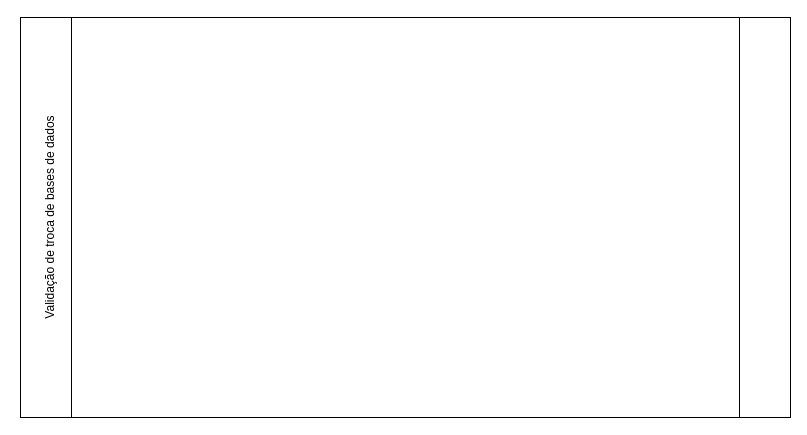
This is Untitled Diagram.drawio from GuiihDantas/Meus-Arquivos, a draw.io file, before an edit. Source tidied: cells renumbered, new cells numbered last; positions are measured from the earlier drawing's top-left corner, leaving out a move shared by most shapes. Both pictures are drawn from the tidied source at 100%, with x=0, y=0 at pixel (-90, 17).
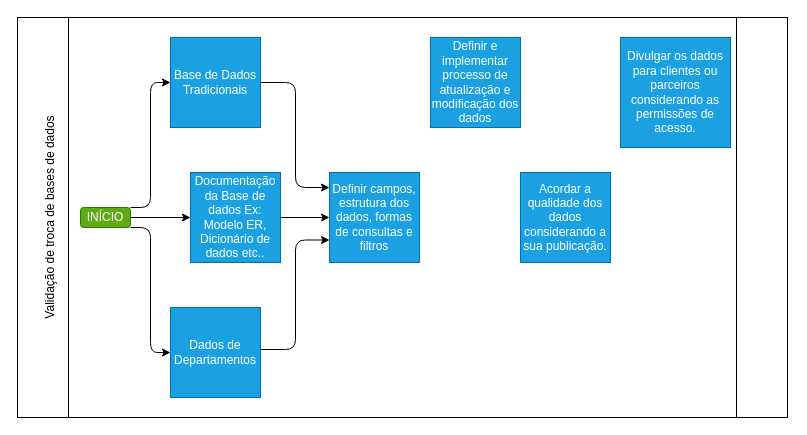
After the change.

The edit, as a diff of the source:
```diff
@@
 <mxGraphModel>
   <root>
     <mxCell id="0" />
     <mxCell id="1" parent="0" />
     <mxCell id="2" style="shape=process;whiteSpace=wrap;html=1;backgroundOutline=1;size=0.06578947368421052;" parent="1" vertex="1">
-      <mxGeometry x="110" width="770" height="400" as="geometry" />
+      <mxGeometry x="107" width="770" height="400" as="geometry" />
     </mxCell>
     <mxCell id="3" value="Validação de troca de bases de dados" style="text;html=1;strokeColor=none;fillColor=none;align=center;verticalAlign=middle;whiteSpace=wrap;rounded=0;rotation=-90;" parent="1" vertex="1">
       <mxGeometry y="190" width="280" height="20" as="geometry" />
     </mxCell>
+    <mxCell id="4" value="INÍCIO" style="rounded=1;whiteSpace=wrap;html=1;fillColor=#60a917;strokeColor=#2D7600;fontColor=#ffffff;" parent="1" vertex="1">
+      <mxGeometry x="170" y="190" width="50" height="20" as="geometry" />
+    </mxCell>
+    <mxCell id="5" value="Base de Dados Tradicionais" style="whiteSpace=wrap;html=1;fillColor=#1ba1e2;strokeColor=#006EAF;fontColor=#ffffff;" parent="1" vertex="1">
+      <mxGeometry x="260" y="20" width="90" height="90" as="geometry" />
+    </mxCell>
+    <mxCell id="6" value="Documentação da Base de dados Ex: Modelo ER, Dicionário de dados etc.." style="whiteSpace=wrap;html=1;fillColor=#1ba1e2;strokeColor=#006EAF;fontColor=#ffffff;" parent="1" vertex="1">
+      <mxGeometry x="280" y="155" width="90" height="90" as="geometry" />
+    </mxCell>
+    <mxCell id="7" value="Dados de Departamentos" style="whiteSpace=wrap;html=1;fillColor=#1ba1e2;strokeColor=#006EAF;fontColor=#ffffff;" parent="1" vertex="1">
+      <mxGeometry x="260" y="290" width="90" height="90" as="geometry" />
+    </mxCell>
+    <mxCell id="8" value="Definir campos, estrutura dos dados, formas de consultas e filtros" style="whiteSpace=wrap;html=1;fillColor=#1ba1e2;strokeColor=#006EAF;fontColor=#ffffff;" parent="1" vertex="1">
+      <mxGeometry x="419" y="155" width="90" height="90" as="geometry" />
+    </mxCell>
+    <mxCell id="9" value="Acordar a qualidade dos dados considerando a sua publicação." style="whiteSpace=wrap;html=1;fillColor=#1ba1e2;strokeColor=#006EAF;fontColor=#ffffff;" parent="1" vertex="1">
+      <mxGeometry x="610" y="155" width="90" height="90" as="geometry" />
+    </mxCell>
+    <mxCell id="10" value="Definir e implementar processo de atualização e modificação dos dados" style="whiteSpace=wrap;html=1;fillColor=#1ba1e2;strokeColor=#006EAF;fontColor=#ffffff;" parent="1" vertex="1">
+      <mxGeometry x="520" y="20" width="90" height="90" as="geometry" />
+    </mxCell>
+    <mxCell id="11" value="Divulgar os dados para clientes ou parceiros considerando as permissões de acesso." style="whiteSpace=wrap;html=1;fillColor=#1ba1e2;strokeColor=#006EAF;fontColor=#ffffff;" parent="1" vertex="1">
+      <mxGeometry x="710" y="20" width="110" height="110" as="geometry" />
+    </mxCell>
+    <mxCell id="12" style="edgeStyle=elbowEdgeStyle;elbow=horizontal;endArrow=classic;html=1;exitX=1;exitY=0;exitDx=0;exitDy=0;" parent="1" edge="1" source="4" target="5">
+      <mxGeometry relative="1" as="geometry" />
+    </mxCell>
+    <mxCell id="13" style="edgeStyle=elbowEdgeStyle;elbow=horizontal;endArrow=classic;html=1;" parent="1" edge="1" target="7">
+      <mxGeometry relative="1" as="geometry">
+        <mxPoint x="220" y="210" as="sourcePoint" />
+      </mxGeometry>
+    </mxCell>
+    <mxCell id="14" style="endArrow=classic;html=1;exitX=1;exitY=0.5;exitDx=0;exitDy=0;" parent="1" edge="1" source="4" target="6">
+      <mxGeometry relative="1" as="geometry" />
+    </mxCell>
+    <mxCell id="15" style="edgeStyle=elbowEdgeStyle;elbow=horizontal;endArrow=classic;html=1;exitX=1;exitY=0.5;exitDx=0;exitDy=0;entryX=0;entryY=0.167;entryDx=0;entryDy=0;entryPerimeter=0;" parent="1" edge="1" source="5" target="8">
+      <mxGeometry relative="1" as="geometry" />
+    </mxCell>
+    <mxCell id="16" style="endArrow=classic;html=1;exitX=1;exitY=0.5;exitDx=0;exitDy=0;entryX=0;entryY=0.5;entryDx=0;entryDy=0;" parent="1" edge="1" source="6" target="8">
+      <mxGeometry relative="1" as="geometry" />
+    </mxCell>
+    <mxCell id="17" style="edgeStyle=elbowEdgeStyle;elbow=horizontal;endArrow=classic;html=1;entryX=0;entryY=0.75;entryDx=0;entryDy=0;" parent="1" edge="1" target="8">
+      <mxGeometry relative="1" as="geometry">
+        <mxPoint x="350" y="332" as="sourcePoint" />
+      </mxGeometry>
+    </mxCell>
   </root>
 </mxGraphModel>
```
